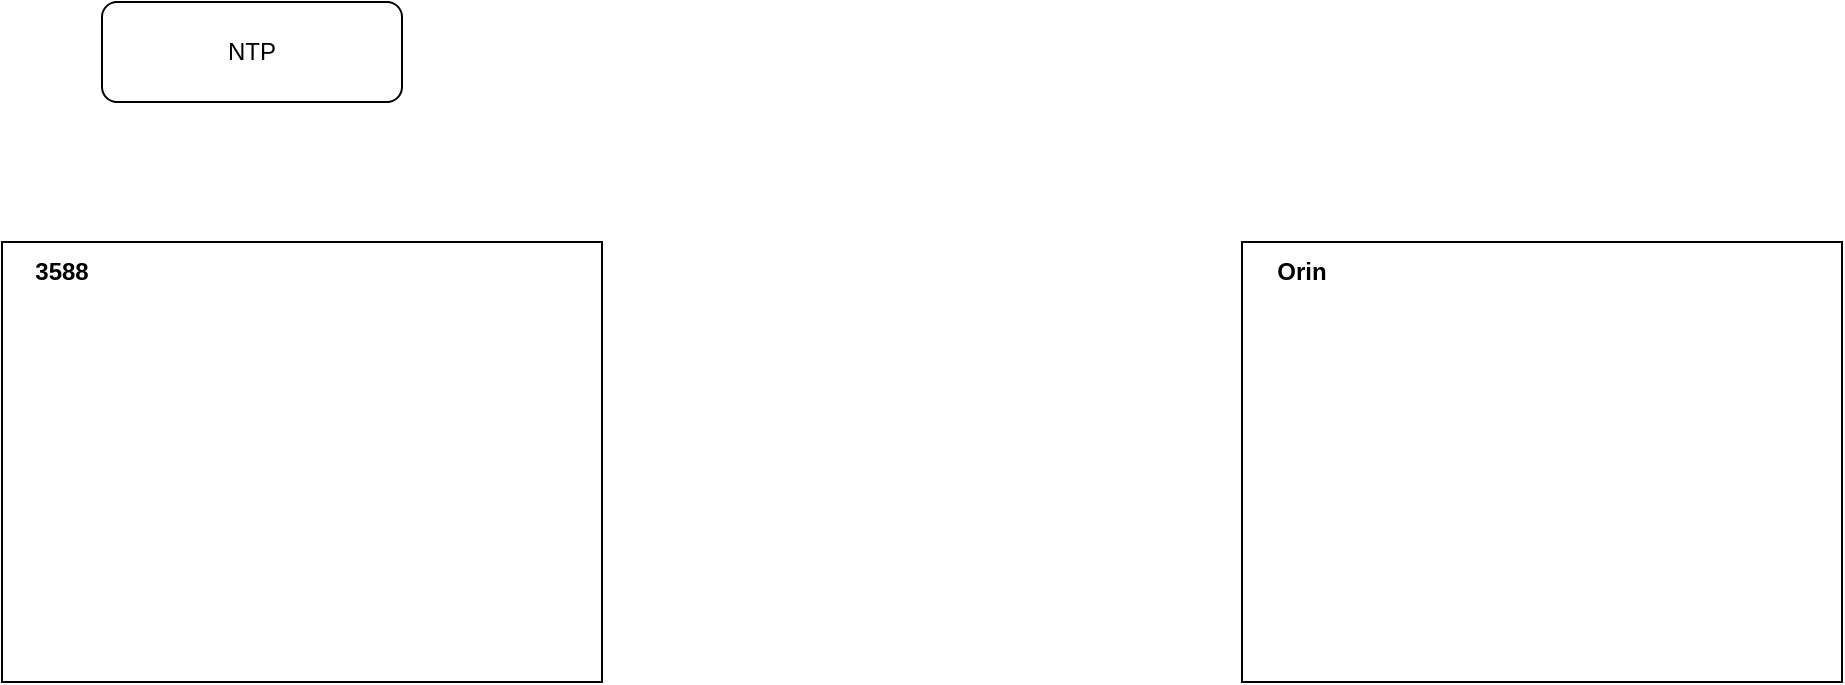
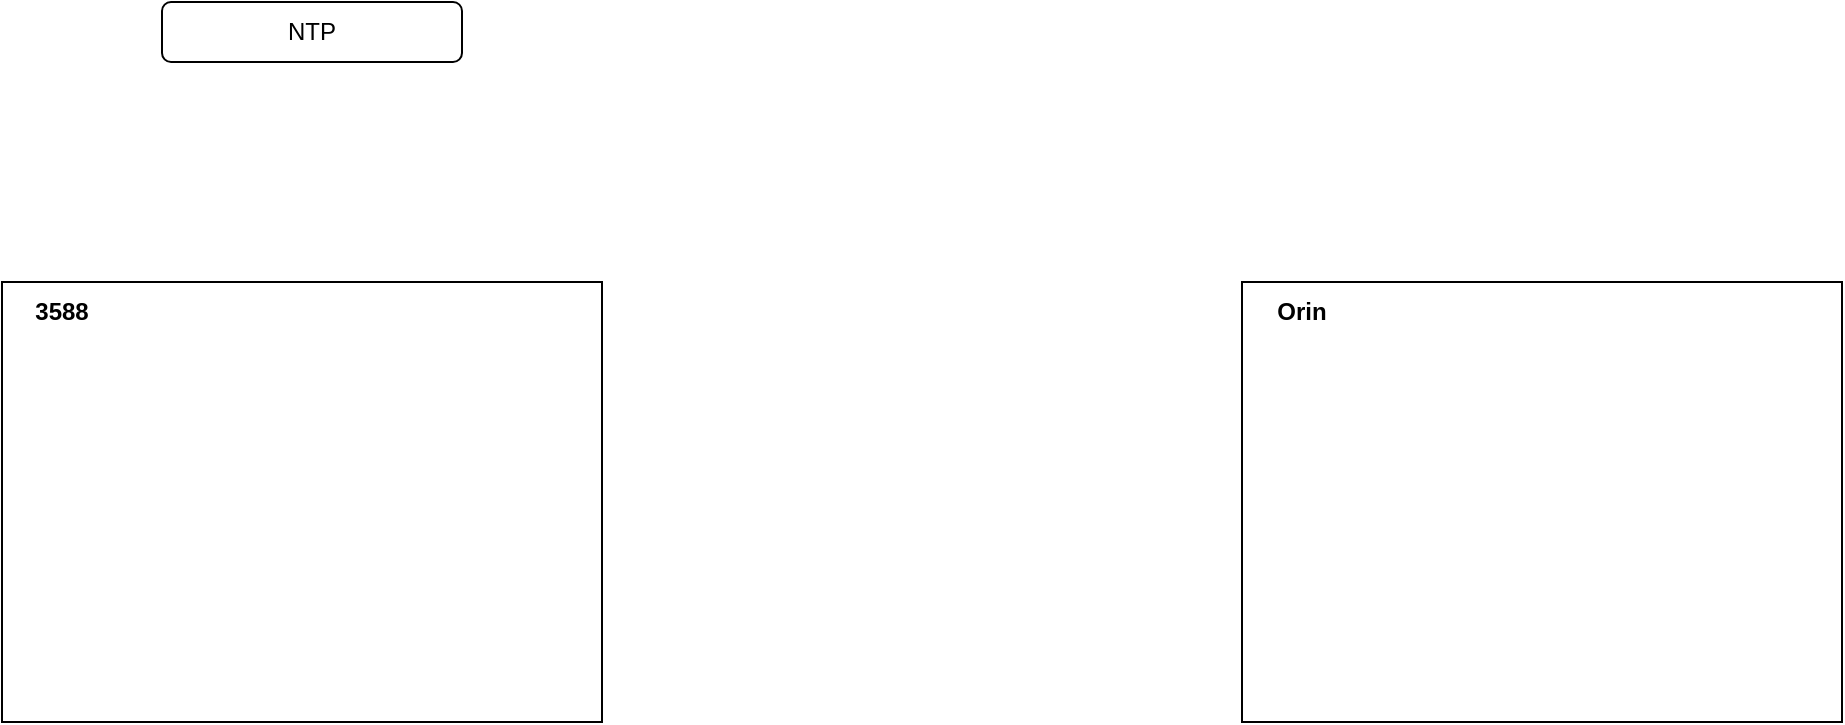
<mxfile host="app.diagrams.net" agent="Mozilla/5.0 (Windows NT 10.0; Win64; x64) AppleWebKit/537.36 (KHTML, like Gecko) Chrome/148.0.0.0 Safari/537.36" version="29.3.7">
  <diagram name="第 1 页" id="xi5zx8poPBdEaGlYp24N">
    <mxGraphModel dx="1130" dy="596" grid="1" gridSize="10" guides="1" tooltips="1" connect="1" arrows="1" fold="1" page="1" pageScale="1" pageWidth="827" pageHeight="1169" math="0" shadow="0">
      <root>
        <mxCell id="0" />
        <mxCell id="1" parent="0" />
        <mxCell id="473n1farRfXXC9yVkO81-1" parent="1" style="rounded=1;whiteSpace=wrap;html=1;" value="NTP" vertex="1">
-           <mxGeometry height="50" width="150" x="110" y="210" as="geometry" />
+           <mxGeometry height="30" width="150" x="140" y="190" as="geometry" />
        </mxCell>
        <mxCell id="473n1farRfXXC9yVkO81-2" parent="1" style="rounded=0;whiteSpace=wrap;html=1;" value="" vertex="1">
          <mxGeometry height="220" width="300" x="60" y="330" as="geometry" />
        </mxCell>
        <mxCell id="473n1farRfXXC9yVkO81-3" parent="1" style="text;html=1;whiteSpace=wrap;strokeColor=none;fillColor=none;align=center;verticalAlign=middle;rounded=0;fontStyle=1" value="3588" vertex="1">
          <mxGeometry height="30" width="60" x="60" y="330" as="geometry" />
        </mxCell>
        <mxCell id="473n1farRfXXC9yVkO81-4" parent="1" style="rounded=0;whiteSpace=wrap;html=1;" value="" vertex="1">
          <mxGeometry height="220" width="300" x="680" y="330" as="geometry" />
        </mxCell>
        <mxCell id="473n1farRfXXC9yVkO81-5" parent="1" style="text;html=1;whiteSpace=wrap;strokeColor=none;fillColor=none;align=center;verticalAlign=middle;rounded=0;fontStyle=1" value="Orin" vertex="1">
          <mxGeometry height="30" width="60" x="680" y="330" as="geometry" />
        </mxCell>
      </root>
    </mxGraphModel>
  </diagram>
</mxfile>
